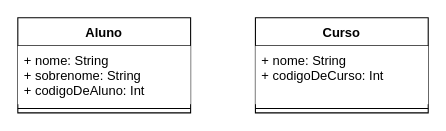
ItaloJamison/desafioKotlin keeps this draw.io diagram as uml/parteB.drawio. Above is the earlier version. Source tidied: cells renumbered, new cells numbered last; positions are measured from the earlier drawing's top-left corner, leaving out a move shared by most shapes. Both pictures are drawn from the tidied source at 108%, with x=0, y=0 at pixel (17, 17).
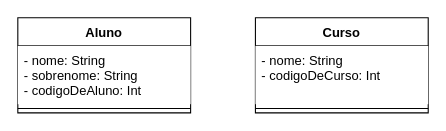
Above is the later version.

Change to the diagram source:
```diff
@@
 <mxGraphModel>
   <root>
-    <mxCell id="0" />
-    <mxCell id="1" parent="0" />
+    <mxCell id="8" />
+    <mxCell id="9" parent="8" />
-    <mxCell id="2" value="Aluno" style="swimlane;fontStyle=1;align=center;verticalAlign=top;horizontal=1;startSize=26;" parent="1" vertex="1">
+    <mxCell id="2" value="Aluno" style="swimlane;fontStyle=1;align=center;verticalAlign=top;horizontal=1;startSize=26;" parent="9" vertex="1">
       <mxGeometry width="160" height="88" as="geometry" />
     </mxCell>
-    <mxCell id="3" value="+ nome: String&#10;+ sobrenome: String&#10;+ codigoDeAluno: Int" style="text;strokeColor=none;align=left;verticalAlign=top;spacingLeft=4;spacingRight=4;overflow=hidden;fillColor=#ffffff;" parent="2" vertex="1">
-      <mxGeometry y="26" width="160" height="54" as="geometry" />
-    </mxCell>
-    <mxCell id="4" style="line;strokeWidth=1;fillColor=none;align=left;verticalAlign=middle;spacingTop=-1;spacingLeft=3;spacingRight=3;labelPosition=right;" parent="2" vertex="1">
-      <mxGeometry y="80" width="160" height="8" as="geometry" />
-    </mxCell>
+    <mxCell id="10" value="- nome: String&#10;- sobrenome: String&#10;- codigoDeAluno: Int" style="text;strokeColor=none;align=left;verticalAlign=top;spacingLeft=4;spacingRight=4;overflow=hidden;fillColor=#ffffff;" parent="2" vertex="1">
+      <mxGeometry y="26" width="160" height="54" as="geometry" />
+    </mxCell>
+    <mxCell id="11" style="line;strokeWidth=1;fillColor=none;align=left;verticalAlign=middle;spacingTop=-1;spacingLeft=3;spacingRight=3;labelPosition=right;" parent="2" vertex="1">
+      <mxGeometry y="80" width="160" height="8" as="geometry" />
+    </mxCell>
-    <mxCell id="5" value="Curso" style="swimlane;fontStyle=1;align=center;verticalAlign=top;horizontal=1;startSize=26;" parent="1" vertex="1">
+    <mxCell id="5" value="Curso" style="swimlane;fontStyle=1;align=center;verticalAlign=top;horizontal=1;startSize=26;" parent="9" vertex="1">
       <mxGeometry x="220" width="160" height="88" as="geometry" />
     </mxCell>
-    <mxCell id="6" value="+ nome: String&#10;+ codigoDeCurso: Int" style="text;strokeColor=none;align=left;verticalAlign=top;spacingLeft=4;spacingRight=4;overflow=hidden;fillColor=#ffffff;" parent="5" vertex="1">
-      <mxGeometry y="26" width="160" height="54" as="geometry" />
-    </mxCell>
-    <mxCell id="7" style="line;strokeWidth=1;fillColor=none;align=left;verticalAlign=middle;spacingTop=-1;spacingLeft=3;spacingRight=3;labelPosition=right;" parent="5" vertex="1">
-      <mxGeometry y="80" width="160" height="8" as="geometry" />
-    </mxCell>
+    <mxCell id="12" value="- nome: String&#10;- codigoDeCurso: Int" style="text;strokeColor=none;align=left;verticalAlign=top;spacingLeft=4;spacingRight=4;overflow=hidden;fillColor=#ffffff;" parent="5" vertex="1">
+      <mxGeometry y="26" width="160" height="54" as="geometry" />
+    </mxCell>
+    <mxCell id="13" style="line;strokeWidth=1;fillColor=none;align=left;verticalAlign=middle;spacingTop=-1;spacingLeft=3;spacingRight=3;labelPosition=right;" parent="5" vertex="1">
+      <mxGeometry y="80" width="160" height="8" as="geometry" />
+    </mxCell>
   </root>
 </mxGraphModel>
```
